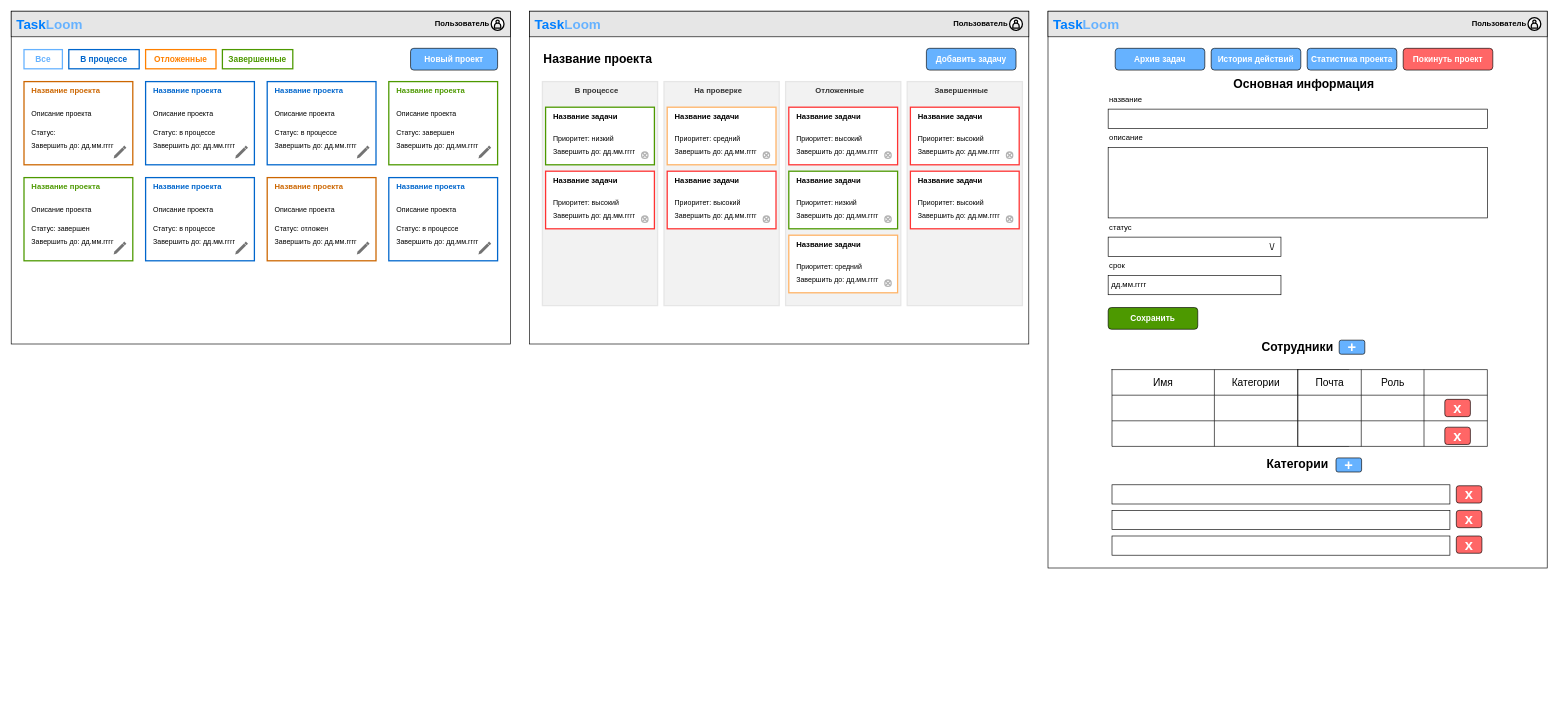
kemmed/TaskLoom keeps this draw.io diagram as page "Страницы" (2 of 2) of doc/интерфейс.drawio. Above is the earlier version. Source tidied: cells renumbered, new cells numbered last; positions are measured from the earlier drawing's top-left corner, leaving out a move shared by most shapes. Both pictures are drawn from the tidied source at 64%, with x=0, y=0 at pixel (11, 11).
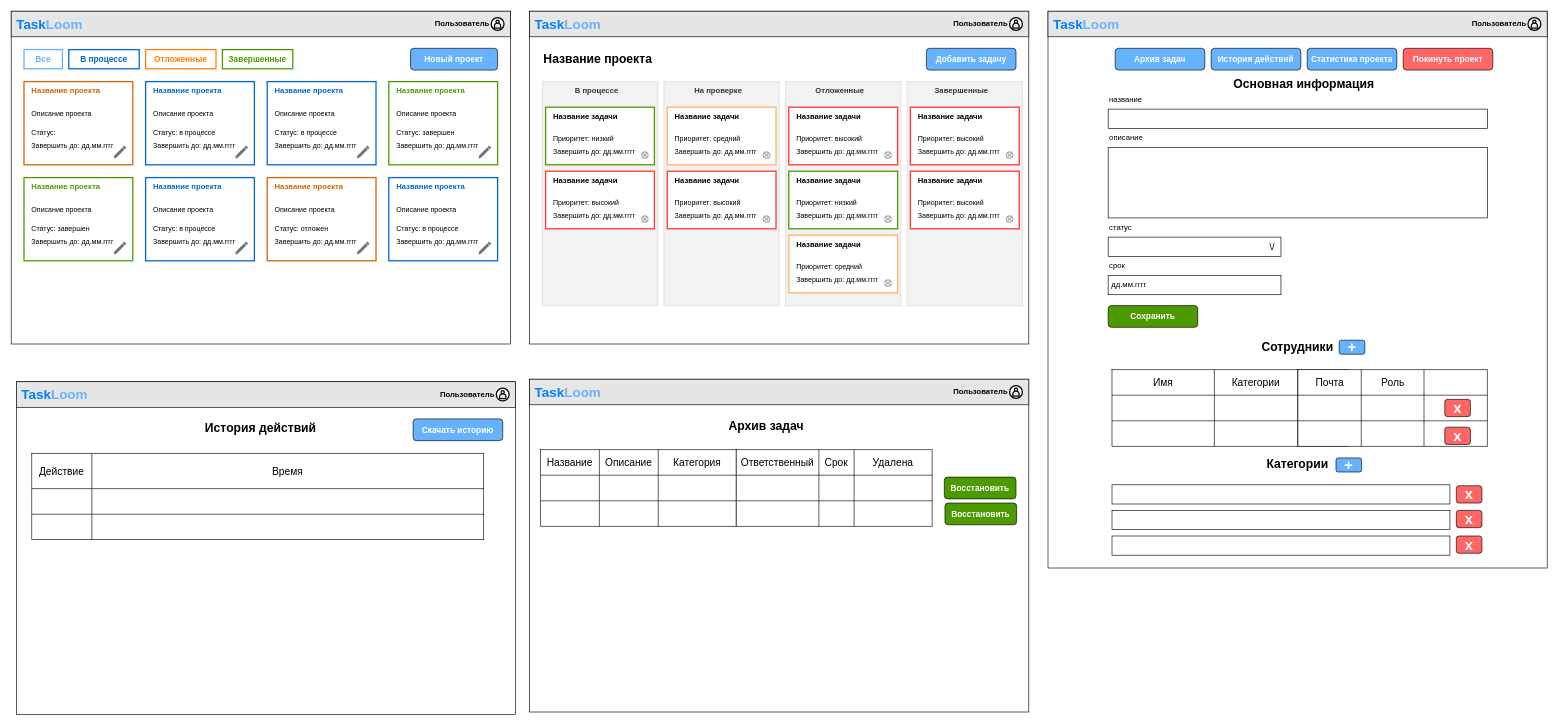
After the change.

The edit, as a diff of the source:
```diff
@@
-    <mxCell id="144" value="&lt;font size=&quot;1&quot; color=&quot;#ffffff&quot; style=&quot;&quot;&gt;&lt;b style=&quot;font-size: 13px;&quot;&gt;Сохранить&lt;/b&gt;&lt;/font&gt;" style="rounded=1;whiteSpace=wrap;html=1;fillColor=#4D9900;" parent="1" vertex="1">
-      <mxGeometry x="1714" y="463" width="140" height="34" as="geometry" />
-    </mxCell>
@@
+    <mxCell id="183" style="rounded=0;whiteSpace=wrap;html=1;" parent="1" vertex="1">
+      <mxGeometry x="810" y="575" width="780" height="520" as="geometry" />
+    </mxCell>
+    <mxCell id="184" style="rounded=0;whiteSpace=wrap;html=1;strokeColor=default;fillColor=#E6E6E6;" parent="1" vertex="1">
+      <mxGeometry x="810" y="575" width="780" height="40" as="geometry" />
+    </mxCell>
+    <mxCell id="185" value="&lt;b style=&quot;font-size: 21px;&quot;&gt;&lt;font style=&quot;font-size: 21px;&quot;&gt;&lt;font style=&quot;font-size: 21px;&quot; color=&quot;#007fff&quot;&gt;Task&lt;/font&gt;&lt;font style=&quot;font-size: 21px;&quot; color=&quot;#66b2ff&quot;&gt;Loom&lt;/font&gt;&lt;/font&gt;&lt;/b&gt;" style="text;html=1;strokeColor=none;fillColor=none;align=center;verticalAlign=middle;whiteSpace=wrap;rounded=0;" parent="1" vertex="1">
+      <mxGeometry x="810" y="575" width="120" height="40" as="geometry" />
+    </mxCell>
+    <mxCell id="186" style="group;" parent="1" vertex="1">
+      <mxGeometry x="1560" y="585" width="20" height="20" as="geometry" />
+    </mxCell>
+    <mxCell id="187" style="ellipse;whiteSpace=wrap;html=1;strokeWidth=2;" parent="186" vertex="1">
+      <mxGeometry width="20" height="20" as="geometry" />
+    </mxCell>
+    <mxCell id="188" style="shape=actor;whiteSpace=wrap;html=1;strokeWidth=2;fillColor=#EBEBEB;" parent="186" vertex="1">
+      <mxGeometry x="5" y="3.8" width="10" height="12.5" as="geometry" />
+    </mxCell>
+    <mxCell id="189" value="&lt;b&gt;Пользователь&lt;/b&gt;" style="text;html=1;strokeColor=none;fillColor=none;align=center;verticalAlign=middle;whiteSpace=wrap;rounded=0;" parent="1" vertex="1">
+      <mxGeometry x="1470" y="587.5" width="90" height="15" as="geometry" />
+    </mxCell>
+    <mxCell id="190" value="&lt;font size=&quot;1&quot; style=&quot;&quot;&gt;&lt;b style=&quot;font-size: 19px;&quot;&gt;Архив задач&lt;/b&gt;&lt;/font&gt;" style="text;html=1;strokeColor=none;fillColor=none;align=center;verticalAlign=middle;whiteSpace=wrap;rounded=0;" parent="1" vertex="1">
+      <mxGeometry x="1090" y="633.5" width="180" height="30" as="geometry" />
+    </mxCell>
+    <mxCell id="191" style="shape=table;startSize=0;childLayout=tableLayout;fontSize=16;" parent="1" vertex="1">
+      <mxGeometry x="827" y="685" width="306" height="120" as="geometry" />
+    </mxCell>
+    <mxCell id="192" style="shape=tableRow;horizontal=0;startSize=0;swimlaneHead=0;swimlaneBody=0;strokeColor=inherit;top=0;left=0;bottom=0;right=0;fillColor=none;fontSize=16;" parent="191" vertex="1">
+      <mxGeometry width="306" height="40" as="geometry" />
+    </mxCell>
+    <mxCell id="193" value="Название" style="shape=partialRectangle;html=1;whiteSpace=wrap;strokeColor=inherit;overflow=hidden;fillColor=none;top=0;left=0;bottom=0;right=0;fontSize=16;" parent="192" vertex="1">
+      <mxGeometry width="92" height="40" as="geometry" />
+    </mxCell>
+    <mxCell id="194" value="Описание" style="shape=partialRectangle;html=1;whiteSpace=wrap;strokeColor=inherit;overflow=hidden;fillColor=none;top=0;left=0;bottom=0;right=0;fontSize=16;" parent="192" vertex="1">
+      <mxGeometry x="92" width="92" height="40" as="geometry" />
+    </mxCell>
+    <mxCell id="195" value="Категория" style="shape=partialRectangle;html=1;whiteSpace=wrap;strokeColor=inherit;overflow=hidden;fillColor=none;top=0;left=0;bottom=0;right=0;fontSize=16;" parent="192" vertex="1">
+      <mxGeometry x="184" width="122" height="40" as="geometry" />
+    </mxCell>
+    <mxCell id="196" style="shape=tableRow;horizontal=0;startSize=0;swimlaneHead=0;swimlaneBody=0;strokeColor=inherit;top=0;left=0;bottom=0;right=0;fillColor=none;fontSize=16;" parent="191" vertex="1">
+      <mxGeometry y="40" width="306" height="40" as="geometry" />
+    </mxCell>
+    <mxCell id="197" style="shape=partialRectangle;html=1;whiteSpace=wrap;strokeColor=inherit;overflow=hidden;fillColor=none;top=0;left=0;bottom=0;right=0;fontSize=16;" parent="196" vertex="1">
+      <mxGeometry width="92" height="40" as="geometry" />
+    </mxCell>
+    <mxCell id="198" style="shape=partialRectangle;html=1;whiteSpace=wrap;strokeColor=inherit;overflow=hidden;fillColor=none;top=0;left=0;bottom=0;right=0;fontSize=16;" parent="196" vertex="1">
+      <mxGeometry x="92" width="92" height="40" as="geometry" />
+    </mxCell>
+    <mxCell id="199" style="shape=partialRectangle;html=1;whiteSpace=wrap;strokeColor=inherit;overflow=hidden;fillColor=none;top=0;left=0;bottom=0;right=0;fontSize=16;" parent="196" vertex="1">
+      <mxGeometry x="184" width="122" height="40" as="geometry" />
+    </mxCell>
+    <mxCell id="200" style="shape=tableRow;horizontal=0;startSize=0;swimlaneHead=0;swimlaneBody=0;strokeColor=inherit;top=0;left=0;bottom=0;right=0;fillColor=none;fontSize=16;" parent="191" vertex="1">
+      <mxGeometry y="80" width="306" height="40" as="geometry" />
+    </mxCell>
+    <mxCell id="201" style="shape=partialRectangle;html=1;whiteSpace=wrap;strokeColor=inherit;overflow=hidden;fillColor=none;top=0;left=0;bottom=0;right=0;fontSize=16;" parent="200" vertex="1">
+      <mxGeometry width="92" height="40" as="geometry" />
+    </mxCell>
+    <mxCell id="202" style="shape=partialRectangle;html=1;whiteSpace=wrap;strokeColor=inherit;overflow=hidden;fillColor=none;top=0;left=0;bottom=0;right=0;fontSize=16;" parent="200" vertex="1">
+      <mxGeometry x="92" width="92" height="40" as="geometry" />
+    </mxCell>
+    <mxCell id="203" style="shape=partialRectangle;html=1;whiteSpace=wrap;strokeColor=inherit;overflow=hidden;fillColor=none;top=0;left=0;bottom=0;right=0;fontSize=16;" parent="200" vertex="1">
+      <mxGeometry x="184" width="122" height="40" as="geometry" />
+    </mxCell>
+    <mxCell id="204" style="shape=table;startSize=0;childLayout=tableLayout;fontSize=16;" parent="1" vertex="1">
+      <mxGeometry x="1133" y="685" width="306" height="120" as="geometry" />
+    </mxCell>
+    <mxCell id="205" style="shape=tableRow;horizontal=0;startSize=0;swimlaneHead=0;swimlaneBody=0;strokeColor=inherit;top=0;left=0;bottom=0;right=0;fillColor=none;fontSize=16;" parent="204" vertex="1">
+      <mxGeometry width="306" height="40" as="geometry" />
+    </mxCell>
+    <mxCell id="206" value="Ответственный" style="shape=partialRectangle;html=1;whiteSpace=wrap;strokeColor=inherit;overflow=hidden;fillColor=none;top=0;left=0;bottom=0;right=0;fontSize=16;" parent="205" vertex="1">
+      <mxGeometry width="129" height="40" as="geometry" />
+    </mxCell>
+    <mxCell id="207" value="Срок" style="shape=partialRectangle;html=1;whiteSpace=wrap;strokeColor=inherit;overflow=hidden;fillColor=none;top=0;left=0;bottom=0;right=0;fontSize=16;" parent="205" vertex="1">
+      <mxGeometry x="129" width="55" height="40" as="geometry" />
+    </mxCell>
+    <mxCell id="208" value="Удалена" style="shape=partialRectangle;html=1;whiteSpace=wrap;strokeColor=inherit;overflow=hidden;fillColor=none;top=0;left=0;bottom=0;right=0;fontSize=16;" parent="205" vertex="1">
+      <mxGeometry x="184" width="122" height="40" as="geometry" />
+    </mxCell>
+    <mxCell id="209" style="shape=tableRow;horizontal=0;startSize=0;swimlaneHead=0;swimlaneBody=0;strokeColor=inherit;top=0;left=0;bottom=0;right=0;fillColor=none;fontSize=16;" parent="204" vertex="1">
+      <mxGeometry y="40" width="306" height="40" as="geometry" />
+    </mxCell>
+    <mxCell id="210" style="shape=partialRectangle;html=1;whiteSpace=wrap;strokeColor=inherit;overflow=hidden;fillColor=none;top=0;left=0;bottom=0;right=0;fontSize=16;" parent="209" vertex="1">
+      <mxGeometry width="129" height="40" as="geometry" />
+    </mxCell>
+    <mxCell id="211" style="shape=partialRectangle;html=1;whiteSpace=wrap;strokeColor=inherit;overflow=hidden;fillColor=none;top=0;left=0;bottom=0;right=0;fontSize=16;" parent="209" vertex="1">
+      <mxGeometry x="129" width="55" height="40" as="geometry" />
+    </mxCell>
+    <mxCell id="212" style="shape=partialRectangle;html=1;whiteSpace=wrap;strokeColor=inherit;overflow=hidden;fillColor=none;top=0;left=0;bottom=0;right=0;fontSize=16;" parent="209" vertex="1">
+      <mxGeometry x="184" width="122" height="40" as="geometry" />
+    </mxCell>
+    <mxCell id="213" style="shape=tableRow;horizontal=0;startSize=0;swimlaneHead=0;swimlaneBody=0;strokeColor=inherit;top=0;left=0;bottom=0;right=0;fillColor=none;fontSize=16;" parent="204" vertex="1">
+      <mxGeometry y="80" width="306" height="40" as="geometry" />
+    </mxCell>
+    <mxCell id="214" style="shape=partialRectangle;html=1;whiteSpace=wrap;strokeColor=inherit;overflow=hidden;fillColor=none;top=0;left=0;bottom=0;right=0;fontSize=16;" parent="213" vertex="1">
+      <mxGeometry width="129" height="40" as="geometry" />
+    </mxCell>
+    <mxCell id="215" style="shape=partialRectangle;html=1;whiteSpace=wrap;strokeColor=inherit;overflow=hidden;fillColor=none;top=0;left=0;bottom=0;right=0;fontSize=16;" parent="213" vertex="1">
+      <mxGeometry x="129" width="55" height="40" as="geometry" />
+    </mxCell>
+    <mxCell id="216" style="shape=partialRectangle;html=1;whiteSpace=wrap;strokeColor=inherit;overflow=hidden;fillColor=none;top=0;left=0;bottom=0;right=0;fontSize=16;" parent="213" vertex="1">
+      <mxGeometry x="184" width="122" height="40" as="geometry" />
+    </mxCell>
+    <mxCell id="217" value="&lt;font size=&quot;1&quot; color=&quot;#ffffff&quot; style=&quot;&quot;&gt;&lt;b style=&quot;font-size: 13px;&quot;&gt;Сохранить&lt;/b&gt;&lt;/font&gt;" style="rounded=1;whiteSpace=wrap;html=1;fillColor=#4D9900;" parent="1" vertex="1">
+      <mxGeometry x="1714" y="460" width="140" height="34" as="geometry" />
+    </mxCell>
+    <mxCell id="144" value="&lt;font size=&quot;1&quot; color=&quot;#ffffff&quot; style=&quot;&quot;&gt;&lt;b style=&quot;font-size: 13px;&quot;&gt;Восстановить&lt;/b&gt;&lt;/font&gt;" style="rounded=1;whiteSpace=wrap;html=1;fillColor=#4D9900;" parent="1" vertex="1">
+      <mxGeometry x="1458" y="728" width="112" height="34" as="geometry" />
+    </mxCell>
+    <mxCell id="218" value="&lt;font size=&quot;1&quot; color=&quot;#ffffff&quot; style=&quot;&quot;&gt;&lt;b style=&quot;font-size: 13px;&quot;&gt;Восстановить&lt;/b&gt;&lt;/font&gt;" style="rounded=1;whiteSpace=wrap;html=1;fillColor=#4D9900;" parent="1" vertex="1">
+      <mxGeometry x="1459" y="768.5" width="112" height="34" as="geometry" />
+    </mxCell>
+    <mxCell id="219" style="rounded=0;whiteSpace=wrap;html=1;" parent="1" vertex="1">
+      <mxGeometry x="8" y="579" width="780" height="520" as="geometry" />
+    </mxCell>
+    <mxCell id="220" style="rounded=0;whiteSpace=wrap;html=1;strokeColor=default;fillColor=#E6E6E6;" parent="1" vertex="1">
+      <mxGeometry x="8" y="579" width="780" height="40" as="geometry" />
+    </mxCell>
+    <mxCell id="221" value="&lt;b style=&quot;font-size: 21px;&quot;&gt;&lt;font style=&quot;font-size: 21px;&quot;&gt;&lt;font style=&quot;font-size: 21px;&quot; color=&quot;#007fff&quot;&gt;Task&lt;/font&gt;&lt;font style=&quot;font-size: 21px;&quot; color=&quot;#66b2ff&quot;&gt;Loom&lt;/font&gt;&lt;/font&gt;&lt;/b&gt;" style="text;html=1;strokeColor=none;fillColor=none;align=center;verticalAlign=middle;whiteSpace=wrap;rounded=0;" parent="1" vertex="1">
+      <mxGeometry x="8" y="579" width="120" height="40" as="geometry" />
+    </mxCell>
+    <mxCell id="222" style="group;" parent="1" vertex="1">
+      <mxGeometry x="758" y="589" width="20" height="20" as="geometry" />
+    </mxCell>
+    <mxCell id="223" style="ellipse;whiteSpace=wrap;html=1;strokeWidth=2;" parent="222" vertex="1">
+      <mxGeometry width="20" height="20" as="geometry" />
+    </mxCell>
+    <mxCell id="224" style="shape=actor;whiteSpace=wrap;html=1;strokeWidth=2;fillColor=#EBEBEB;" parent="222" vertex="1">
+      <mxGeometry x="5" y="3.8" width="10" height="12.5" as="geometry" />
+    </mxCell>
+    <mxCell id="225" value="&lt;b&gt;Пользователь&lt;/b&gt;" style="text;html=1;strokeColor=none;fillColor=none;align=center;verticalAlign=middle;whiteSpace=wrap;rounded=0;" parent="1" vertex="1">
+      <mxGeometry x="668" y="591.5" width="90" height="15" as="geometry" />
+    </mxCell>
+    <mxCell id="226" value="&lt;font size=&quot;1&quot; color=&quot;#ffffff&quot; style=&quot;&quot;&gt;&lt;b style=&quot;font-size: 13px;&quot;&gt;Скачать историю&lt;/b&gt;&lt;/font&gt;" style="rounded=1;whiteSpace=wrap;html=1;fillColor=#66B2FF;" parent="1" vertex="1">
+      <mxGeometry x="628" y="637" width="140" height="34" as="geometry" />
+    </mxCell>
+    <mxCell id="227" value="&lt;font size=&quot;1&quot; style=&quot;&quot;&gt;&lt;b style=&quot;font-size: 19px;&quot;&gt;История действий&lt;/b&gt;&lt;/font&gt;" style="text;html=1;strokeColor=none;fillColor=none;align=center;verticalAlign=middle;whiteSpace=wrap;rounded=0;" parent="1" vertex="1">
+      <mxGeometry x="300" y="637" width="180" height="30" as="geometry" />
+    </mxCell>
+    <mxCell id="228" style="shape=table;startSize=0;childLayout=tableLayout;fontSize=16;" parent="1" vertex="1">
+      <mxGeometry x="32" y="691" width="726" height="134.5" as="geometry" />
+    </mxCell>
+    <mxCell id="229" style="shape=tableRow;horizontal=0;startSize=0;swimlaneHead=0;swimlaneBody=0;strokeColor=inherit;top=0;left=0;bottom=0;right=0;fillColor=none;fontSize=16;" parent="228" vertex="1">
+      <mxGeometry width="726" height="55" as="geometry" />
+    </mxCell>
+    <mxCell id="230" value="Действие" style="shape=partialRectangle;html=1;whiteSpace=wrap;strokeColor=inherit;overflow=hidden;fillColor=none;top=0;left=0;bottom=0;right=0;fontSize=16;" parent="229" vertex="1">
+      <mxGeometry width="94" height="55" as="geometry" />
+    </mxCell>
+    <mxCell id="231" value="Время" style="shape=partialRectangle;html=1;whiteSpace=wrap;strokeColor=inherit;overflow=hidden;fillColor=none;top=0;left=0;bottom=0;right=0;fontSize=16;" parent="229" vertex="1">
+      <mxGeometry x="94" width="612" height="55" as="geometry" />
+    </mxCell>
+    <mxCell id="232" style="shape=partialRectangle;html=1;whiteSpace=wrap;strokeColor=inherit;overflow=hidden;fillColor=none;top=0;left=0;bottom=0;right=0;fontSize=16;" parent="229" vertex="1">
+      <mxGeometry x="706" width="20" height="55" as="geometry" />
+    </mxCell>
+    <mxCell id="233" style="shape=tableRow;horizontal=0;startSize=0;swimlaneHead=0;swimlaneBody=0;strokeColor=inherit;top=0;left=0;bottom=0;right=0;fillColor=none;fontSize=16;" parent="228" vertex="1">
+      <mxGeometry y="55" width="726" height="40" as="geometry" />
+    </mxCell>
+    <mxCell id="234" style="shape=partialRectangle;html=1;whiteSpace=wrap;strokeColor=inherit;overflow=hidden;fillColor=none;top=0;left=0;bottom=0;right=0;fontSize=16;" parent="233" vertex="1">
+      <mxGeometry width="94" height="40" as="geometry" />
+    </mxCell>
+    <mxCell id="235" style="shape=partialRectangle;html=1;whiteSpace=wrap;strokeColor=inherit;overflow=hidden;fillColor=none;top=0;left=0;bottom=0;right=0;fontSize=16;" parent="233" vertex="1">
+      <mxGeometry x="94" width="612" height="40" as="geometry" />
+    </mxCell>
+    <mxCell id="236" style="shape=partialRectangle;html=1;whiteSpace=wrap;strokeColor=inherit;overflow=hidden;fillColor=none;top=0;left=0;bottom=0;right=0;fontSize=16;" parent="233" vertex="1">
+      <mxGeometry x="706" width="20" height="40" as="geometry" />
+    </mxCell>
+    <mxCell id="237" style="shape=tableRow;horizontal=0;startSize=0;swimlaneHead=0;swimlaneBody=0;strokeColor=inherit;top=0;left=0;bottom=0;right=0;fillColor=none;fontSize=16;" parent="228" vertex="1">
+      <mxGeometry y="95" width="726" height="40" as="geometry" />
+    </mxCell>
+    <mxCell id="238" style="shape=partialRectangle;html=1;whiteSpace=wrap;strokeColor=inherit;overflow=hidden;fillColor=none;top=0;left=0;bottom=0;right=0;fontSize=16;" parent="237" vertex="1">
+      <mxGeometry width="94" height="40" as="geometry" />
+    </mxCell>
+    <mxCell id="239" style="shape=partialRectangle;html=1;whiteSpace=wrap;strokeColor=inherit;overflow=hidden;fillColor=none;top=0;left=0;bottom=0;right=0;fontSize=16;" parent="237" vertex="1">
+      <mxGeometry x="94" width="612" height="40" as="geometry" />
+    </mxCell>
+    <mxCell id="240" style="shape=partialRectangle;html=1;whiteSpace=wrap;strokeColor=inherit;overflow=hidden;fillColor=none;top=0;left=0;bottom=0;right=0;fontSize=16;" parent="237" vertex="1">
+      <mxGeometry x="706" width="20" height="40" as="geometry" />
+    </mxCell>
+    <mxCell id="241" style="rounded=0;whiteSpace=wrap;html=1;strokeColor=none;" parent="1" vertex="1">
+      <mxGeometry x="739" y="677" width="29" height="165" as="geometry" />
+    </mxCell>
```
